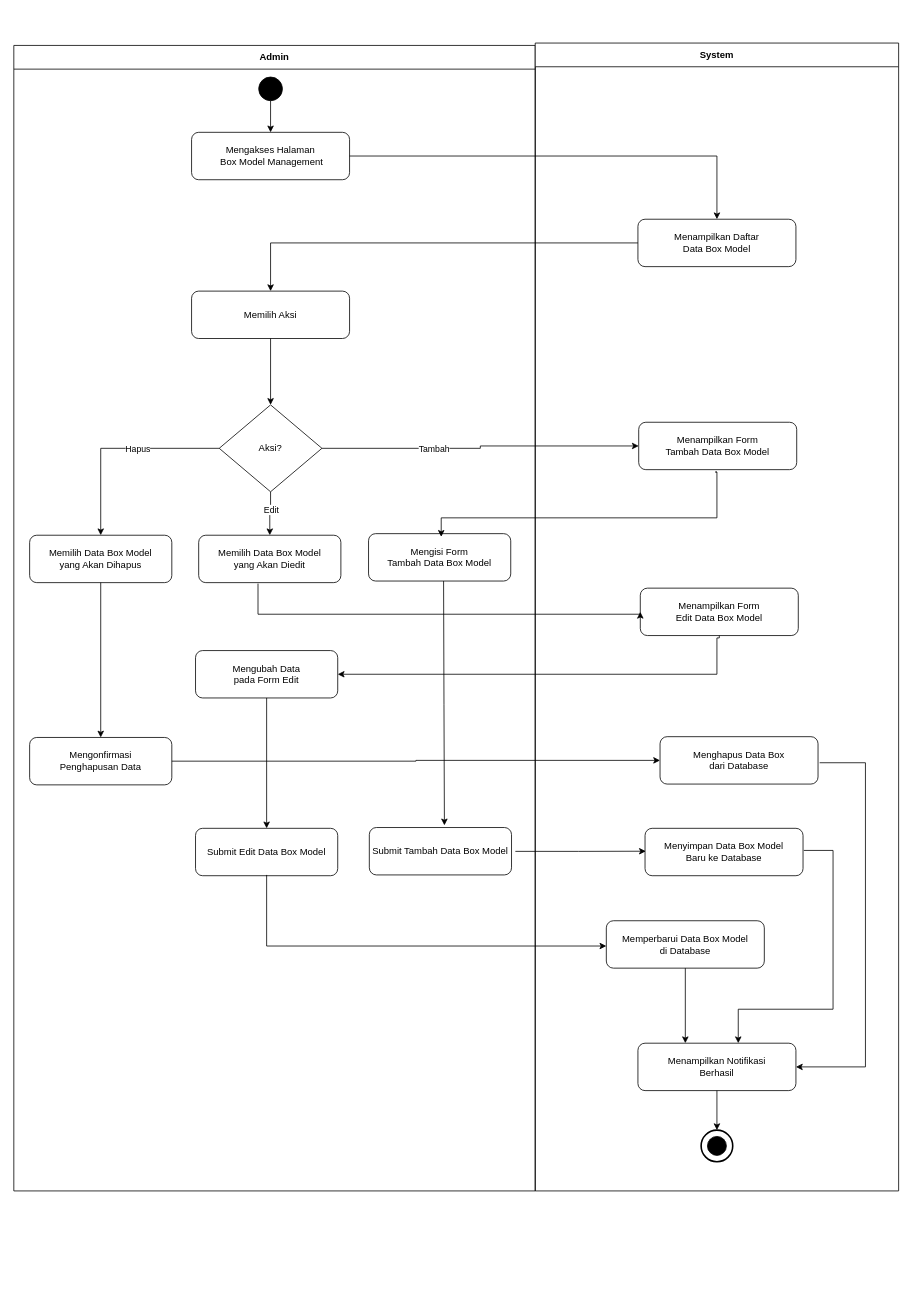
The draw.io diagram client/src/diagram/activity/AD_Admin_Mengelola_Box_Model.drawio in Fahrul23/BenuaKertasApps, before the edit. Source tidied: cells renumbered, new cells numbered last; positions are measured from the earlier drawing's top-left corner, leaving out a move shared by most shapes. Both pictures are drawn from the tidied source at 79%, with x=0, y=0 at pixel (13, 43).
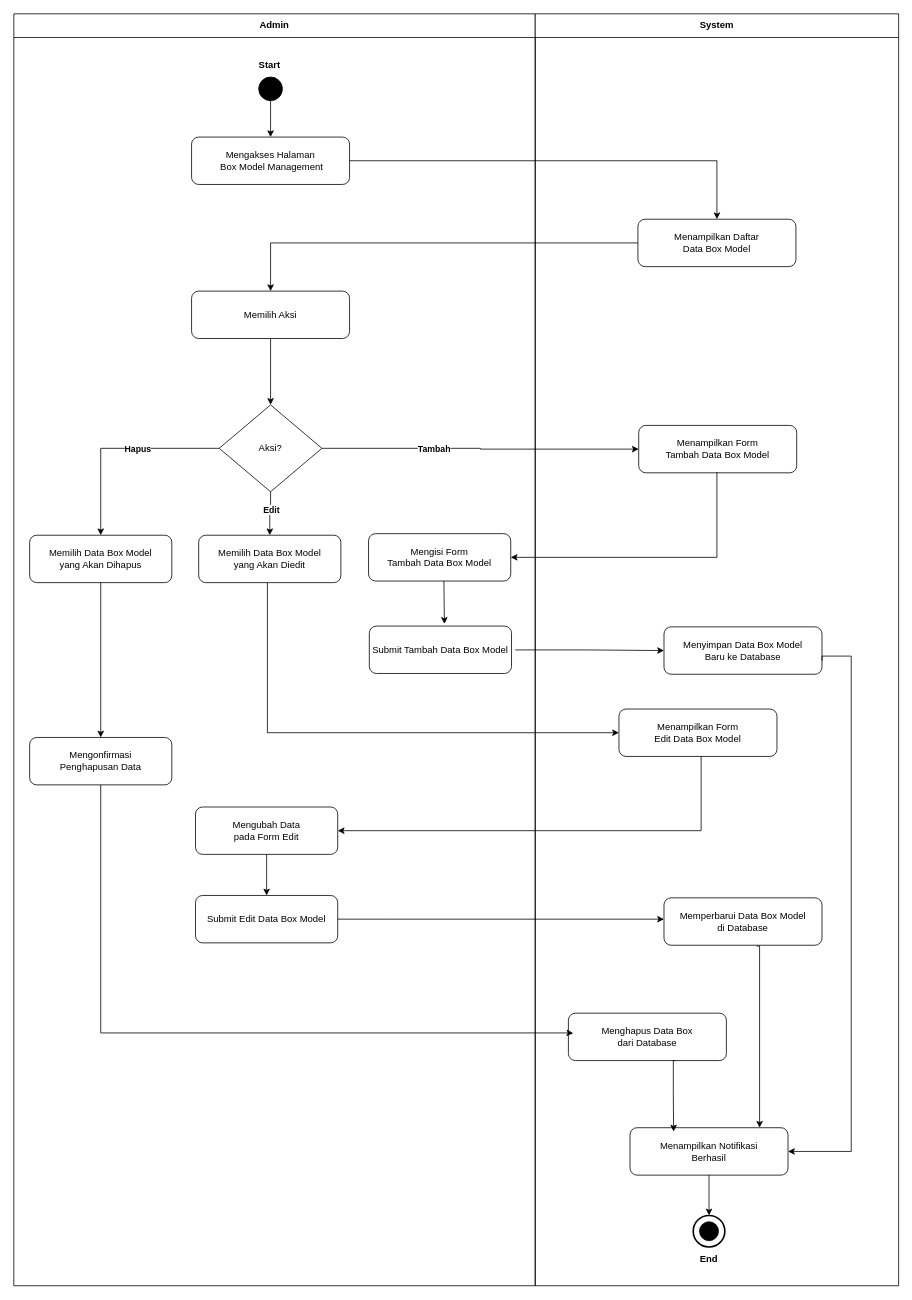
After the change.

The change refers to these unchanged cells:
```xml
<mxCell id="21" value="Mengisi Form&lt;br&gt;Tambah Data Box Model" style="rounded=1;whiteSpace=wrap;html=1;fillColor=#ffffff;strokeColor=#000000;fontColor=#000000;" parent="1" vertex="1">
  <mxGeometry x="449" y="621" width="180" height="60" as="geometry" />
</mxCell>
<mxCell id="25" value="Mengonfirmasi&lt;br&gt;Penghapusan Data" style="rounded=1;whiteSpace=wrap;html=1;fillColor=#ffffff;strokeColor=#000000;fontColor=#000000;" parent="1" vertex="1">
  <mxGeometry x="20" y="879" width="180" height="60" as="geometry" />
</mxCell>
<mxCell id="32" style="edgeStyle=orthogonalEdgeStyle;rounded=0;html=1;strokeColor=#000000;exitX=1;exitY=0.5;exitDx=0;exitDy=0;entryX=0;entryY=0.5;entryDx=0;entryDy=0;" parent="1" edge="1" source="20" target="6">
  <mxGeometry relative="1" as="geometry" />
</mxCell>
<mxCell id="34" style="edgeStyle=orthogonalEdgeStyle;rounded=0;html=1;strokeColor=#000000;exitX=0.5;exitY=1;exitDx=0;exitDy=0;entryX=0.5;entryY=0;entryDx=0;entryDy=0;" parent="1" edge="1" source="20" target="22">
  <mxGeometry relative="1" as="geometry" />
</mxCell>
<mxCell id="36" style="edgeStyle=orthogonalEdgeStyle;rounded=0;html=1;strokeColor=#000000;exitX=0;exitY=0.5;exitDx=0;exitDy=0;entryX=0.5;entryY=0;entryDx=0;entryDy=0;" parent="1" edge="1" source="20" target="24">
  <mxGeometry relative="1" as="geometry">
    <Array as="points">
      <mxPoint x="110" y="513" />
      <mxPoint x="110" y="623" />
    </Array>
  </mxGeometry>
</mxCell>
```

What changed in the source:
```diff
@@
     <mxCell id="2" value="Admin" style="swimlane;whiteSpace=wrap;html=1;startSize=30;fillColor=#ffffff;strokeColor=#000000;fontColor=#000000;fontStyle=1;" parent="1" vertex="1">
-      <mxGeometry y="3" width="660" height="1450" as="geometry" />
+      <mxGeometry y="-37" width="660" height="1610" as="geometry" />
     </mxCell>
     <mxCell id="3" value="Submit Tambah Data Box Model" style="rounded=1;whiteSpace=wrap;html=1;fillColor=#ffffff;strokeColor=#000000;fontColor=#000000;" parent="2" vertex="1">
-      <mxGeometry x="450" y="990" width="180" height="60" as="geometry" />
+      <mxGeometry x="450" y="775" width="180" height="60" as="geometry" />
     </mxCell>
@@
+    <mxCell id="47" value="&lt;b&gt;Start&lt;/b&gt;" style="text;html=1;whiteSpace=wrap;strokeColor=none;fillColor=none;align=center;verticalAlign=middle;rounded=0;" parent="2" vertex="1">
+      <mxGeometry x="294" y="50" width="60" height="30" as="geometry" />
+    </mxCell>
+    <mxCell id="48" style="edgeStyle=orthogonalEdgeStyle;rounded=0;html=1;strokeColor=#000000;entryX=0;entryY=0.5;entryDx=0;entryDy=0;" parent="2" edge="1" target="15">
+      <mxGeometry relative="1" as="geometry">
+        <mxPoint x="324.4" y="710" as="sourcePoint" />
+        <Array as="points">
+          <mxPoint x="321" y="710" />
+          <mxPoint x="321" y="910" />
+        </Array>
+      </mxGeometry>
+    </mxCell>
+    <mxCell id="27" value="Submit Edit Data Box Model" style="rounded=1;whiteSpace=wrap;html=1;fillColor=#ffffff;strokeColor=#000000;fontColor=#000000;" parent="2" vertex="1">
+      <mxGeometry x="230" y="1116" width="180" height="60" as="geometry" />
+    </mxCell>
     <mxCell id="5" value="System" style="swimlane;whiteSpace=wrap;html=1;startSize=30;fillColor=#ffffff;strokeColor=#000000;fontColor=#000000;fontStyle=1;" parent="1" vertex="1">
-      <mxGeometry x="660" width="460" height="1453" as="geometry" />
+      <mxGeometry x="660" y="-37" width="460" height="1610" as="geometry" />
     </mxCell>
     <mxCell id="6" value="Menampilkan Form&lt;br&gt;Tambah Data Box Model" style="rounded=1;whiteSpace=wrap;html=1;fillColor=#ffffff;strokeColor=#000000;fontColor=#000000;" parent="5" vertex="1">
-      <mxGeometry x="131" y="480" width="200" height="60" as="geometry" />
+      <mxGeometry x="131" y="521" width="200" height="60" as="geometry" />
     </mxCell>
     <mxCell id="7" value="Menyimpan Data Box Model&lt;br&gt;Baru ke Database" style="rounded=1;whiteSpace=wrap;html=1;fillColor=#ffffff;strokeColor=#000000;fontColor=#000000;" parent="5" vertex="1">
-      <mxGeometry x="139" y="994" width="200" height="60" as="geometry" />
+      <mxGeometry x="163" y="776" width="200" height="60" as="geometry" />
     </mxCell>
     <mxCell id="8" value="Memperbarui Data Box Model&lt;br&gt;di Database" style="rounded=1;whiteSpace=wrap;html=1;fillColor=#ffffff;strokeColor=#000000;fontColor=#000000;" parent="5" vertex="1">
-      <mxGeometry x="90" y="1111" width="200" height="60" as="geometry" />
+      <mxGeometry x="163" y="1119" width="200" height="60" as="geometry" />
     </mxCell>
     <mxCell id="9" value="Menampilkan Notifikasi&lt;br&gt;Berhasil" style="rounded=1;whiteSpace=wrap;html=1;fillColor=#ffffff;strokeColor=#000000;fontColor=#000000;" parent="5" vertex="1">
-      <mxGeometry x="130" y="1266" width="200" height="60" as="geometry" />
+      <mxGeometry x="120" y="1410" width="200" height="60" as="geometry" />
     </mxCell>
     <mxCell id="10" style="ellipse;whiteSpace=wrap;html=1;strokeWidth=2;fillColor=#ffffff;strokeColor=#000000;" parent="5" vertex="1">
-      <mxGeometry x="210" y="1376" width="40" height="40" as="geometry" />
+      <mxGeometry x="200" y="1521" width="40" height="40" as="geometry" />
     </mxCell>
@@
-    <mxCell id="12" style="edgeStyle=orthogonalEdgeStyle;rounded=0;html=1;strokeColor=#000000;" parent="5" edge="1" target="9">
+    <mxCell id="12" style="edgeStyle=orthogonalEdgeStyle;rounded=0;html=1;strokeColor=#000000;exitX=1;exitY=0.5;exitDx=0;exitDy=0;" parent="5" edge="1">
       <mxGeometry relative="1" as="geometry">
-        <mxPoint x="340" y="1022" as="sourcePoint" />
+        <mxPoint x="363" y="819" as="sourcePoint" />
+        <mxPoint x="320" y="1440" as="targetPoint" />
         <Array as="points">
-          <mxPoint x="377" y="1022" />
-          <mxPoint x="377" y="1223" />
-          <mxPoint x="257" y="1223" />
+          <mxPoint x="363" y="813" />
+          <mxPoint x="400" y="813" />
+          <mxPoint x="400" y="1440" />
+          <mxPoint x="320" y="1440" />
         </Array>
       </mxGeometry>
     </mxCell>
-    <mxCell id="13" style="edgeStyle=orthogonalEdgeStyle;rounded=0;html=1;strokeColor=#000000;" parent="5" edge="1" source="8" target="9">
-      <mxGeometry relative="1" as="geometry">
-        <Array as="points">
-          <mxPoint x="190" y="1290" />
-          <mxPoint x="190" y="1290" />
-        </Array>
-      </mxGeometry>
-    </mxCell>
@@
     <mxCell id="15" value="Menampilkan Form&lt;br&gt;Edit Data Box Model" style="rounded=1;whiteSpace=wrap;html=1;fillColor=#ffffff;strokeColor=#000000;fontColor=#000000;" parent="5" vertex="1">
-      <mxGeometry x="133" y="690" width="200" height="60" as="geometry" />
+      <mxGeometry x="106" y="880" width="200" height="60" as="geometry" />
     </mxCell>
+    <mxCell id="49" value="&lt;b&gt;End&lt;/b&gt;" style="text;html=1;whiteSpace=wrap;strokeColor=none;fillColor=none;align=center;verticalAlign=middle;rounded=0;" parent="5" vertex="1">
+      <mxGeometry x="190" y="1561" width="60" height="30" as="geometry" />
+    </mxCell>
+    <mxCell id="26" value="Menghapus Data Box&lt;br&gt;dari Database" style="rounded=1;whiteSpace=wrap;html=1;fillColor=#ffffff;strokeColor=#000000;fontColor=#000000;" parent="5" vertex="1">
+      <mxGeometry x="42" y="1265" width="200" height="60" as="geometry" />
+    </mxCell>
+    <mxCell id="50" style="edgeStyle=orthogonalEdgeStyle;rounded=0;html=1;strokeColor=#000000;entryX=1;entryY=0.5;entryDx=0;entryDy=0;" parent="5" edge="1" target="23">
+      <mxGeometry relative="1" as="geometry">
+        <mxPoint x="210" y="940" as="sourcePoint" />
+        <Array as="points">
+          <mxPoint x="210" y="1034" />
+        </Array>
+      </mxGeometry>
+    </mxCell>
+    <mxCell id="51" style="edgeStyle=orthogonalEdgeStyle;rounded=0;html=1;strokeColor=#000000;" parent="5" edge="1">
+      <mxGeometry relative="1" as="geometry">
+        <mxPoint x="280" y="1180" as="sourcePoint" />
+        <mxPoint x="284" y="1410" as="targetPoint" />
+        <Array as="points">
+          <mxPoint x="284" y="1180" />
+        </Array>
+      </mxGeometry>
+    </mxCell>
+    <mxCell id="52" style="edgeStyle=orthogonalEdgeStyle;rounded=0;html=1;strokeColor=#000000;entryX=0.217;entryY=0.063;entryDx=0;entryDy=0;entryPerimeter=0;" parent="5" edge="1">
+      <mxGeometry relative="1" as="geometry">
+        <mxPoint x="177.2" y="1325" as="sourcePoint" />
+        <mxPoint x="175.2" y="1414.8" as="targetPoint" />
+        <Array as="points">
+          <mxPoint x="174.8" y="1325" />
+          <mxPoint x="174.8" y="1369" />
+        </Array>
+      </mxGeometry>
+    </mxCell>
@@
     <mxCell id="17" value="Mengakses Halaman&lt;br&gt;&amp;nbsp;Box Model Management" style="rounded=1;whiteSpace=wrap;html=1;fillColor=#ffffff;strokeColor=#000000;fontColor=#000000;" parent="1" vertex="1">
-      <mxGeometry x="225" y="113" width="200" height="60" as="geometry" />
+      <mxGeometry x="225" y="119" width="200" height="60" as="geometry" />
     </mxCell>
@@
     <mxCell id="23" value="Mengubah Data&lt;br&gt;pada Form Edit" style="rounded=1;whiteSpace=wrap;html=1;fillColor=#ffffff;strokeColor=#000000;fontColor=#000000;" parent="1" vertex="1">
-      <mxGeometry x="230" y="769" width="180" height="60" as="geometry" />
+      <mxGeometry x="230" y="967" width="180" height="60" as="geometry" />
     </mxCell>
@@
-    <mxCell id="26" value="Menghapus Data Box&lt;br&gt;dari Database" style="rounded=1;whiteSpace=wrap;html=1;fillColor=#ffffff;strokeColor=#000000;fontColor=#000000;" parent="1" vertex="1">
-      <mxGeometry x="818" y="878" width="200" height="60" as="geometry" />
-    </mxCell>
-    <mxCell id="27" value="Submit Edit Data Box Model" style="rounded=1;whiteSpace=wrap;html=1;fillColor=#ffffff;strokeColor=#000000;fontColor=#000000;" parent="1" vertex="1">
-      <mxGeometry x="230" y="994" width="180" height="60" as="geometry" />
-    </mxCell>
@@
-    <mxCell id="33" value="Tambah" style="edgeLabel;html=1;align=center;verticalAlign=middle;" parent="32" vertex="1">
+    <mxCell id="33" value="Tambah" style="edgeLabel;html=1;align=center;verticalAlign=middle;fontStyle=1;" parent="32" vertex="1">
       <mxGeometry x="-0.3" relative="1" as="geometry" />
     </mxCell>
@@
-    <mxCell id="35" value="Edit" style="edgeLabel;html=1;align=center;verticalAlign=middle;" parent="34" vertex="1">
+    <mxCell id="35" value="Edit" style="edgeLabel;html=1;align=center;verticalAlign=middle;fontStyle=1;" parent="34" vertex="1">
       <mxGeometry x="-0.2" relative="1" as="geometry" />
     </mxCell>
@@
-    <mxCell id="37" value="Hapus" style="edgeLabel;html=1;align=center;verticalAlign=middle;" parent="36" vertex="1">
+    <mxCell id="37" value="Hapus" style="edgeLabel;html=1;align=center;verticalAlign=middle;fontStyle=1;" parent="36" vertex="1">
       <mxGeometry x="-0.2" relative="1" as="geometry" />
     </mxCell>
-    <mxCell id="38" style="edgeStyle=orthogonalEdgeStyle;rounded=0;html=1;strokeColor=#000000;" parent="1" edge="1">
+    <mxCell id="38" style="edgeStyle=orthogonalEdgeStyle;rounded=0;html=1;strokeColor=#000000;entryX=1;entryY=0.5;entryDx=0;entryDy=0;" parent="1" edge="1" target="21">
       <mxGeometry relative="1" as="geometry">
         <mxPoint x="890" y="543" as="sourcePoint" />
-        <mxPoint x="541" y="625" as="targetPoint" />
         <Array as="points">
-          <mxPoint x="888" y="543" />
-          <mxPoint x="890" y="543" />
-          <mxPoint x="890" y="601" />
-          <mxPoint x="541" y="601" />
+          <mxPoint x="890" y="651" />
         </Array>
       </mxGeometry>
     </mxCell>
-    <mxCell id="39" style="edgeStyle=orthogonalEdgeStyle;rounded=0;html=1;strokeColor=#000000;exitX=0.467;exitY=0.97;exitDx=0;exitDy=0;exitPerimeter=0;entryX=0;entryY=0.5;entryDx=0;entryDy=0;" parent="1" edge="1" target="15">
-      <mxGeometry relative="1" as="geometry">
-        <mxPoint x="309.1" y="684.2" as="sourcePoint" />
-        <Array as="points">
-          <mxPoint x="309" y="723" />
-        </Array>
-      </mxGeometry>
-    </mxCell>
-    <mxCell id="40" style="edgeStyle=orthogonalEdgeStyle;rounded=0;html=1;strokeColor=#000000;entryX=1;entryY=0.5;entryDx=0;entryDy=0;exitX=0.5;exitY=1;exitDx=0;exitDy=0;" parent="1" edge="1" source="15" target="23">
-      <mxGeometry relative="1" as="geometry">
-        <Array as="points">
-          <mxPoint x="890" y="753" />
-          <mxPoint x="890" y="799" />
-        </Array>
-      </mxGeometry>
-    </mxCell>
@@
-    <mxCell id="42" style="edgeStyle=orthogonalEdgeStyle;rounded=0;html=1;strokeColor=#000000;exitX=1;exitY=0.5;exitDx=0;exitDy=0;entryX=0;entryY=0.5;entryDx=0;entryDy=0;" parent="1" edge="1" source="25" target="26">
-      <mxGeometry relative="1" as="geometry" />
+    <mxCell id="42" style="edgeStyle=orthogonalEdgeStyle;rounded=0;html=1;strokeColor=#000000;exitX=0.5;exitY=1;exitDx=0;exitDy=0;entryX=0.031;entryY=0.424;entryDx=0;entryDy=0;entryPerimeter=0;" parent="1" edge="1" source="25" target="26">
+      <mxGeometry relative="1" as="geometry">
+        <Array as="points">
+          <mxPoint x="110" y="1253" />
+          <mxPoint x="702" y="1253" />
+        </Array>
+      </mxGeometry>
     </mxCell>
@@
-    <mxCell id="44" style="edgeStyle=orthogonalEdgeStyle;rounded=0;html=1;strokeColor=#000000;" parent="1" edge="1" target="8">
+    <mxCell id="44" style="edgeStyle=orthogonalEdgeStyle;rounded=0;html=1;strokeColor=#000000;exitX=1;exitY=0.5;exitDx=0;exitDy=0;" parent="1" edge="1" source="27" target="8">
       <mxGeometry relative="1" as="geometry">
-        <mxPoint x="320" y="1053" as="sourcePoint" />
         <Array as="points">
-          <mxPoint x="320" y="1143" />
+          <mxPoint x="470" y="1109" />
+          <mxPoint x="470" y="1109" />
         </Array>
       </mxGeometry>
     </mxCell>
-    <mxCell id="45" style="edgeStyle=orthogonalEdgeStyle;rounded=0;html=1;strokeColor=#000000;" parent="1" edge="1">
-      <mxGeometry relative="1" as="geometry">
-        <mxPoint x="1020" y="911" as="sourcePoint" />
-        <mxPoint x="990" y="1296" as="targetPoint" />
-        <Array as="points">
-          <mxPoint x="1078" y="911" />
-          <mxPoint x="1078" y="1296" />
-        </Array>
-      </mxGeometry>
-    </mxCell>
-    <mxCell id="46" style="edgeStyle=orthogonalEdgeStyle;rounded=0;html=1;strokeColor=#000000;exitX=1.027;exitY=0.503;exitDx=0;exitDy=0;exitPerimeter=0;" parent="1" edge="1" source="3">
-      <mxGeometry relative="1" as="geometry">
-        <mxPoint x="800" y="1023" as="targetPoint" />
-      </mxGeometry>
+    <mxCell id="46" style="edgeStyle=orthogonalEdgeStyle;rounded=0;html=1;strokeColor=#000000;exitX=1.027;exitY=0.503;exitDx=0;exitDy=0;exitPerimeter=0;entryX=0;entryY=0.5;entryDx=0;entryDy=0;" parent="1" edge="1" source="3" target="7">
+      <mxGeometry relative="1" as="geometry" />
     </mxCell>
```
